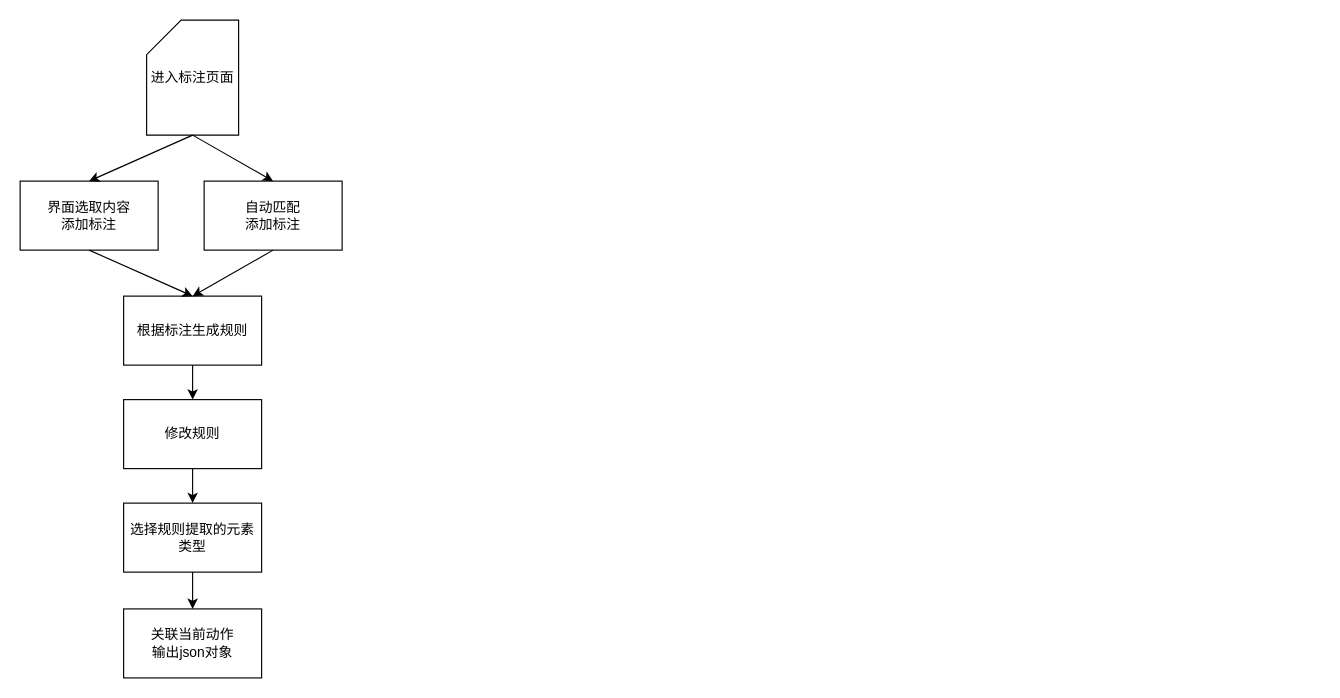
Before: 人工标注流程.drawio in ouyangtian/drawio, a draw.io diagram. Source tidied: cells renumbered, new cells numbered last; positions are measured from the earlier drawing's top-left corner, leaving out a move shared by most shapes. Both pictures are drawn from the tidied source at 115%, with x=0, y=0 at pixel (20, 20).
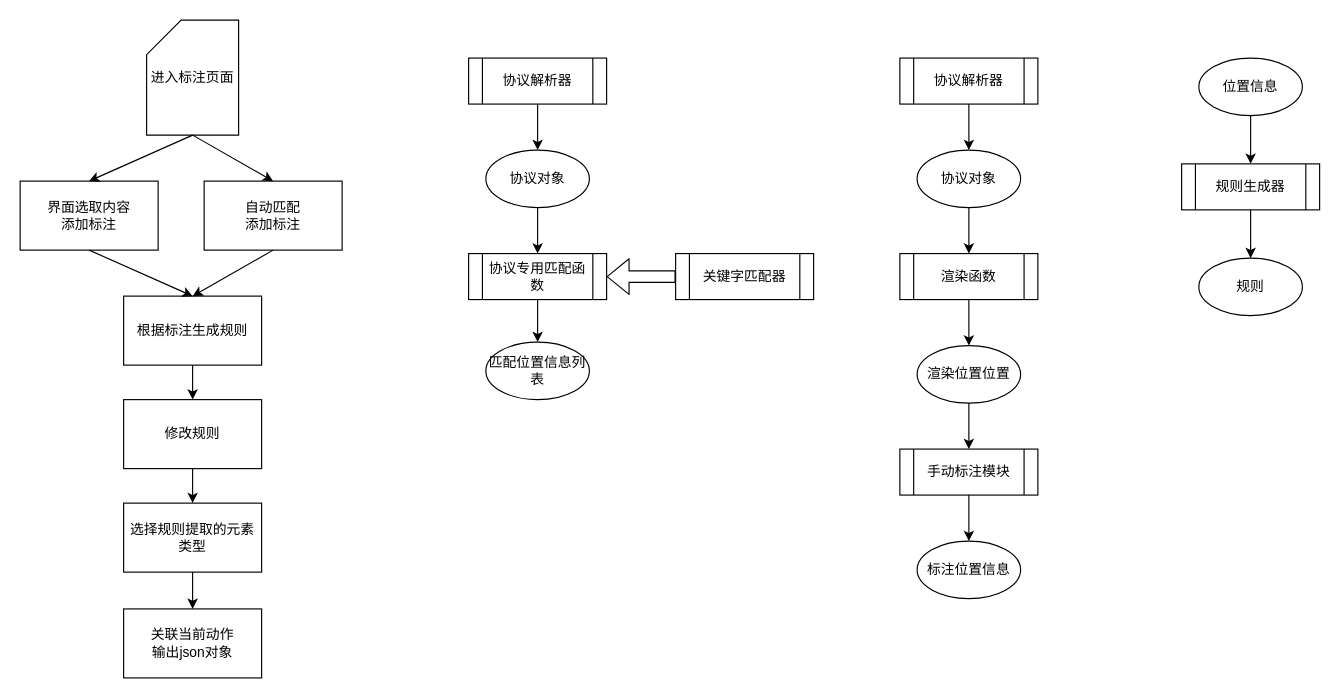
After the change.

Commit message:
更新人工标注流程.drawio

The edit, as a diff of the source:
```diff
@@
+    <mxCell id="16" style="endArrow=classic;html=1;exitX=0.5;exitY=1;exitDx=0;exitDy=0;entryX=0.5;entryY=0;entryDx=0;entryDy=0;" parent="1" edge="1" source="20" target="19">
+      <mxGeometry relative="1" as="geometry" />
+    </mxCell>
+    <mxCell id="17" value="关键字匹配器" style="shape=process;whiteSpace=wrap;html=1;backgroundOutline=1;" parent="1" vertex="1">
+      <mxGeometry x="570" y="203" width="120" height="40" as="geometry" />
+    </mxCell>
+    <mxCell id="18" style="shape=flexArrow;endArrow=classic;html=1;exitX=0;exitY=0.5;exitDx=0;exitDy=0;" parent="1" edge="1" source="17" target="21">
+      <mxGeometry relative="1" as="geometry" />
+    </mxCell>
+    <mxCell id="19" value="&lt;span style=&quot;white-space: normal&quot;&gt;协议对象&lt;/span&gt;" style="ellipse;whiteSpace=wrap;html=1;" parent="1" vertex="1">
+      <mxGeometry x="405" y="113" width="90" height="50" as="geometry" />
+    </mxCell>
+    <mxCell id="20" value="&lt;span style=&quot;white-space: normal&quot;&gt;协议解析器&lt;/span&gt;" style="shape=process;whiteSpace=wrap;html=1;backgroundOutline=1;" parent="1" vertex="1">
+      <mxGeometry x="390" y="33" width="120" height="40" as="geometry" />
+    </mxCell>
+    <mxCell id="21" value="协议专用匹配函数" style="shape=process;whiteSpace=wrap;html=1;backgroundOutline=1;" parent="1" vertex="1">
+      <mxGeometry x="390" y="203" width="120" height="40" as="geometry" />
+    </mxCell>
+    <mxCell id="22" value="&lt;span style=&quot;white-space: normal&quot;&gt;匹配位置信息列表&lt;/span&gt;" style="ellipse;whiteSpace=wrap;html=1;" parent="1" vertex="1">
+      <mxGeometry x="405" y="280" width="90" height="50" as="geometry" />
+    </mxCell>
+    <mxCell id="23" style="endArrow=classic;html=1;exitX=0.5;exitY=1;exitDx=0;exitDy=0;" parent="1" edge="1" source="21">
+      <mxGeometry relative="1" as="geometry">
+        <mxPoint x="450" y="280" as="targetPoint" />
+      </mxGeometry>
+    </mxCell>
+    <mxCell id="24" value="渲染函数" style="shape=process;whiteSpace=wrap;html=1;backgroundOutline=1;" parent="1" vertex="1">
+      <mxGeometry x="765" y="203" width="120" height="40" as="geometry" />
+    </mxCell>
+    <mxCell id="25" style="endArrow=classic;html=1;exitX=0.5;exitY=1;exitDx=0;exitDy=0;entryX=0.5;entryY=0;entryDx=0;entryDy=0;" parent="1" edge="1" source="19" target="21">
+      <mxGeometry relative="1" as="geometry" />
+    </mxCell>
+    <mxCell id="26" style="endArrow=classic;html=1;exitX=0.5;exitY=1;exitDx=0;exitDy=0;entryX=0.5;entryY=0;entryDx=0;entryDy=0;" parent="1" edge="1" source="28" target="27">
+      <mxGeometry relative="1" as="geometry" />
+    </mxCell>
+    <mxCell id="27" value="&lt;span style=&quot;white-space: normal&quot;&gt;协议对象&lt;/span&gt;" style="ellipse;whiteSpace=wrap;html=1;" parent="1" vertex="1">
+      <mxGeometry x="780" y="113" width="90" height="50" as="geometry" />
+    </mxCell>
+    <mxCell id="28" value="&lt;span style=&quot;white-space: normal&quot;&gt;协议解析器&lt;/span&gt;" style="shape=process;whiteSpace=wrap;html=1;backgroundOutline=1;" parent="1" vertex="1">
+      <mxGeometry x="765" y="33" width="120" height="40" as="geometry" />
+    </mxCell>
+    <mxCell id="29" style="endArrow=classic;html=1;exitX=0.5;exitY=1;exitDx=0;exitDy=0;entryX=0.5;entryY=0;entryDx=0;entryDy=0;" parent="1" edge="1" source="27" target="24">
+      <mxGeometry relative="1" as="geometry" />
+    </mxCell>
+    <mxCell id="30" value="渲染位置位置" style="ellipse;whiteSpace=wrap;html=1;" parent="1" vertex="1">
+      <mxGeometry x="780" y="283" width="90" height="50" as="geometry" />
+    </mxCell>
+    <mxCell id="31" style="endArrow=classic;html=1;exitX=0.5;exitY=1;exitDx=0;exitDy=0;entryX=0.5;entryY=0;entryDx=0;entryDy=0;" parent="1" edge="1" source="24" target="30">
+      <mxGeometry relative="1" as="geometry" />
+    </mxCell>
+    <mxCell id="32" value="手动标注模块" style="shape=process;whiteSpace=wrap;html=1;backgroundOutline=1;" parent="1" vertex="1">
+      <mxGeometry x="765" y="373" width="120" height="40" as="geometry" />
+    </mxCell>
+    <mxCell id="33" style="endArrow=classic;html=1;exitX=0.5;exitY=1;exitDx=0;exitDy=0;entryX=0.5;entryY=0;entryDx=0;entryDy=0;" parent="1" edge="1" source="30" target="32">
+      <mxGeometry relative="1" as="geometry" />
+    </mxCell>
+    <mxCell id="34" style="endArrow=classic;html=1;exitX=0.5;exitY=1;exitDx=0;exitDy=0;entryX=0.5;entryY=0;entryDx=0;entryDy=0;" parent="1" edge="1" source="32" target="35">
+      <mxGeometry relative="1" as="geometry" />
+    </mxCell>
+    <mxCell id="35" value="标注位置信息" style="ellipse;whiteSpace=wrap;html=1;" parent="1" vertex="1">
+      <mxGeometry x="780" y="453" width="90" height="50" as="geometry" />
+    </mxCell>
+    <mxCell id="36" value="规则生成器" style="shape=process;whiteSpace=wrap;html=1;backgroundOutline=1;" parent="1" vertex="1">
+      <mxGeometry x="1010" y="125" width="120" height="40" as="geometry" />
+    </mxCell>
+    <mxCell id="37" value="位置信息" style="ellipse;whiteSpace=wrap;html=1;" parent="1" vertex="1">
+      <mxGeometry x="1025" y="33" width="90" height="50" as="geometry" />
+    </mxCell>
+    <mxCell id="38" style="endArrow=classic;html=1;exitX=0.5;exitY=1;exitDx=0;exitDy=0;entryX=0.5;entryY=0;entryDx=0;entryDy=0;" parent="1" edge="1" source="37" target="36">
+      <mxGeometry relative="1" as="geometry" />
+    </mxCell>
+    <mxCell id="39" style="endArrow=classic;html=1;entryX=0.5;entryY=0;entryDx=0;entryDy=0;" parent="1" edge="1" source="36" target="40">
+      <mxGeometry relative="1" as="geometry" />
+    </mxCell>
+    <mxCell id="40" value="规则" style="ellipse;whiteSpace=wrap;html=1;" parent="1" vertex="1">
+      <mxGeometry x="1025" y="207" width="90" height="50" as="geometry" />
+    </mxCell>
```
